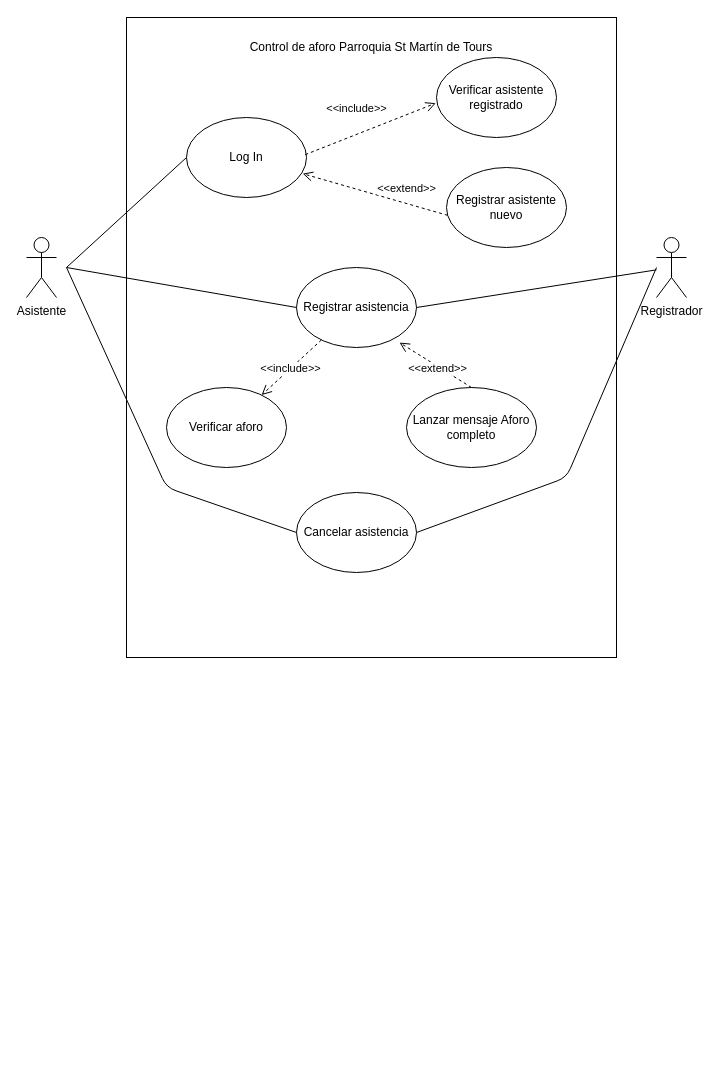
Earlier version of the draw.io diagram documentation/casos_de_uso.drawio (AlbertDeHoz/Control-de-aforo-para-la-parroquia-St-Martin-De-Tour). Source tidied: cells renumbered, new cells numbered last; positions are measured from the earlier drawing's top-left corner, leaving out a move shared by most shapes. Both pictures are drawn from the tidied source at 100%, with x=0, y=0 at pixel (26, 17).
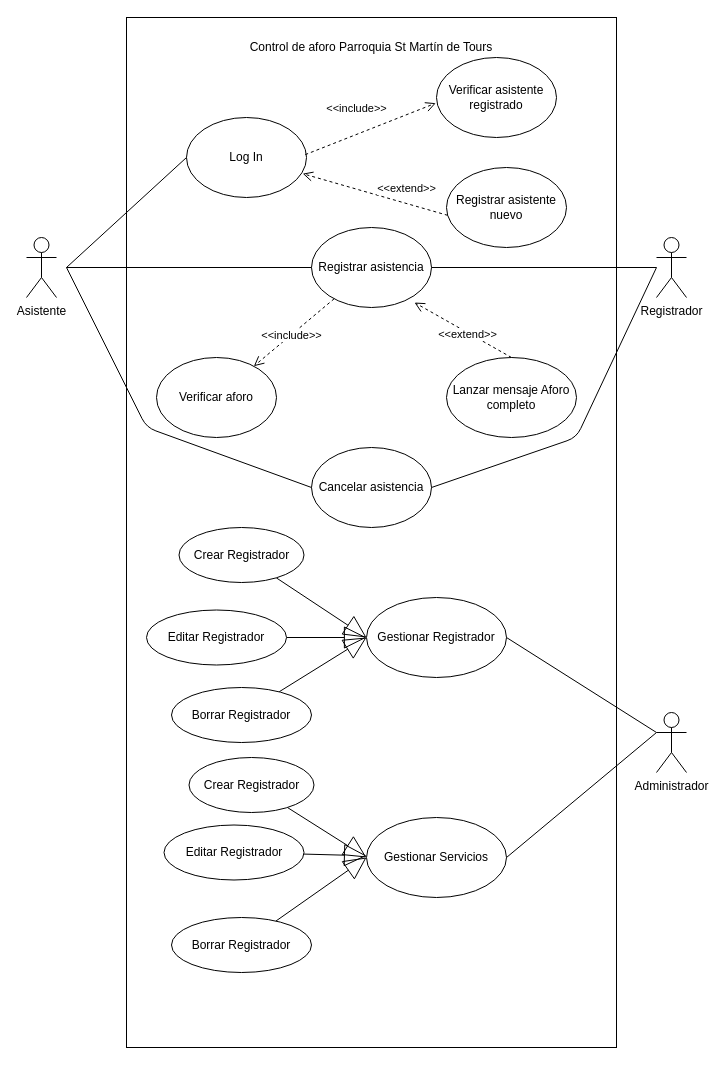
The same diagram, later.

Commit message:
added use case diagram

What changed in the source:
```diff
@@
     <mxCell id="2" style="rounded=0;whiteSpace=wrap;html=1;" parent="1" vertex="1">
-      <mxGeometry x="100" width="490" height="640" as="geometry" />
+      <mxGeometry x="100" width="490" height="1030" as="geometry" />
     </mxCell>
@@
     <mxCell id="7" value="&lt;div&gt;Registrar asistencia&lt;br&gt;&lt;/div&gt;" style="ellipse;whiteSpace=wrap;html=1;" parent="1" vertex="1">
-      <mxGeometry x="270" y="250" width="120" height="80" as="geometry" />
+      <mxGeometry x="285" y="210" width="120" height="80" as="geometry" />
     </mxCell>
     <mxCell id="8" value="Cancelar asistencia" style="ellipse;whiteSpace=wrap;html=1;" parent="1" vertex="1">
-      <mxGeometry x="270" y="475" width="120" height="80" as="geometry" />
+      <mxGeometry x="285" y="430" width="120" height="80" as="geometry" />
     </mxCell>
@@
     <mxCell id="11" style="endArrow=none;html=1;entryX=0;entryY=0.5;entryDx=0;entryDy=0;" parent="1" edge="1" target="8">
       <mxGeometry relative="1" as="geometry">
         <mxPoint x="40" y="250" as="sourcePoint" />
         <Array as="points">
-          <mxPoint x="140" y="470" />
+          <mxPoint x="120" y="410" />
         </Array>
       </mxGeometry>
     </mxCell>
@@
     <mxCell id="16" value="Verificar aforo" style="ellipse;whiteSpace=wrap;html=1;" parent="1" vertex="1">
-      <mxGeometry x="140" y="370" width="120" height="80" as="geometry" />
+      <mxGeometry x="130" y="340" width="120" height="80" as="geometry" />
     </mxCell>
     <mxCell id="17" value="Lanzar mensaje Aforo completo" style="ellipse;whiteSpace=wrap;html=1;" parent="1" vertex="1">
-      <mxGeometry x="380" y="370" width="130" height="80" as="geometry" />
+      <mxGeometry x="420" y="340" width="130" height="80" as="geometry" />
     </mxCell>
@@
     <mxCell id="21" style="endArrow=none;html=1;entryX=1;entryY=0.5;entryDx=0;entryDy=0;" parent="1" edge="1" target="8">
       <mxGeometry relative="1" as="geometry">
         <mxPoint x="630" y="250" as="sourcePoint" />
         <Array as="points">
-          <mxPoint x="540" y="460" />
+          <mxPoint x="550" y="420" />
         </Array>
       </mxGeometry>
     </mxCell>
+    <mxCell id="22" value="Gestionar Registrador" style="ellipse;whiteSpace=wrap;html=1;" parent="1" vertex="1">
+      <mxGeometry x="340" y="580" width="140" height="80" as="geometry" />
+    </mxCell>
+    <mxCell id="23" value="Gestionar Servicios" style="ellipse;whiteSpace=wrap;html=1;" parent="1" vertex="1">
+      <mxGeometry x="340" y="800" width="140" height="80" as="geometry" />
+    </mxCell>
+    <mxCell id="24" style="rounded=0;jettySize=auto;html=1;entryX=0;entryY=0.5;entryDx=0;entryDy=0;endArrow=block;endFill=0;startSize=20;endSize=20;" parent="1" edge="1" source="25" target="22">
+      <mxGeometry relative="1" as="geometry" />
+    </mxCell>
+    <mxCell id="25" value="Crear Registrador" style="ellipse;whiteSpace=wrap;html=1;" parent="1" vertex="1">
+      <mxGeometry x="152.5" y="510" width="125" height="55" as="geometry" />
+    </mxCell>
+    <mxCell id="26" style="edgeStyle=none;rounded=0;jettySize=auto;html=1;endArrow=block;endFill=0;startSize=20;endSize=20;" parent="1" edge="1" source="27" target="22">
+      <mxGeometry relative="1" as="geometry" />
+    </mxCell>
+    <mxCell id="27" value="Editar Registrador" style="ellipse;whiteSpace=wrap;html=1;" parent="1" vertex="1">
+      <mxGeometry x="120" y="592.5" width="140" height="55" as="geometry" />
+    </mxCell>
+    <mxCell id="28" value="Administrador" style="shape=umlActor;verticalLabelPosition=bottom;verticalAlign=top;html=1;outlineConnect=0;" parent="1" vertex="1">
+      <mxGeometry x="630" y="695" width="30" height="60" as="geometry" />
+    </mxCell>
+    <mxCell id="29" style="edgeStyle=none;rounded=0;jettySize=auto;html=1;entryX=0;entryY=0.5;entryDx=0;entryDy=0;endArrow=block;endFill=0;startSize=20;endSize=20;" parent="1" edge="1" source="30" target="22">
+      <mxGeometry relative="1" as="geometry" />
+    </mxCell>
+    <mxCell id="30" value="Borrar Registrador" style="ellipse;whiteSpace=wrap;html=1;" parent="1" vertex="1">
+      <mxGeometry x="145" y="670" width="140" height="55" as="geometry" />
+    </mxCell>
+    <mxCell id="31" style="endArrow=none;html=1;entryX=1;entryY=0.5;entryDx=0;entryDy=0;exitX=0;exitY=0.3333333333333333;exitDx=0;exitDy=0;exitPerimeter=0;" parent="1" edge="1" source="28" target="22">
+      <mxGeometry relative="1" as="geometry" />
+    </mxCell>
+    <mxCell id="32" style="endArrow=none;html=1;entryX=1;entryY=0.5;entryDx=0;entryDy=0;exitX=0;exitY=0.3333333333333333;exitDx=0;exitDy=0;exitPerimeter=0;" parent="1" edge="1" source="28" target="23">
+      <mxGeometry relative="1" as="geometry" />
+    </mxCell>
+    <mxCell id="33" style="edgeStyle=none;rounded=0;jettySize=auto;html=1;endArrow=block;endFill=0;startSize=20;endSize=20;entryX=0;entryY=0.5;entryDx=0;entryDy=0;" parent="1" edge="1" source="34" target="23">
+      <mxGeometry relative="1" as="geometry" />
+    </mxCell>
+    <mxCell id="34" value="Crear Registrador" style="ellipse;whiteSpace=wrap;html=1;" parent="1" vertex="1">
+      <mxGeometry x="162.5" y="740" width="125" height="55" as="geometry" />
+    </mxCell>
+    <mxCell id="35" style="edgeStyle=none;rounded=0;jettySize=auto;html=1;endArrow=block;endFill=0;startSize=20;endSize=20;" parent="1" edge="1" source="36" target="23">
+      <mxGeometry relative="1" as="geometry" />
+    </mxCell>
+    <mxCell id="36" value="Editar Registrador" style="ellipse;whiteSpace=wrap;html=1;" parent="1" vertex="1">
+      <mxGeometry x="137.5" y="807.5" width="140" height="55" as="geometry" />
+    </mxCell>
+    <mxCell id="37" style="edgeStyle=none;rounded=0;jettySize=auto;html=1;entryX=0;entryY=0.5;entryDx=0;entryDy=0;endArrow=block;endFill=0;startSize=20;endSize=20;" parent="1" edge="1" source="38" target="23">
+      <mxGeometry relative="1" as="geometry" />
+    </mxCell>
+    <mxCell id="38" value="Borrar Registrador" style="ellipse;whiteSpace=wrap;html=1;" parent="1" vertex="1">
+      <mxGeometry x="145" y="900" width="140" height="55" as="geometry" />
+    </mxCell>
```
